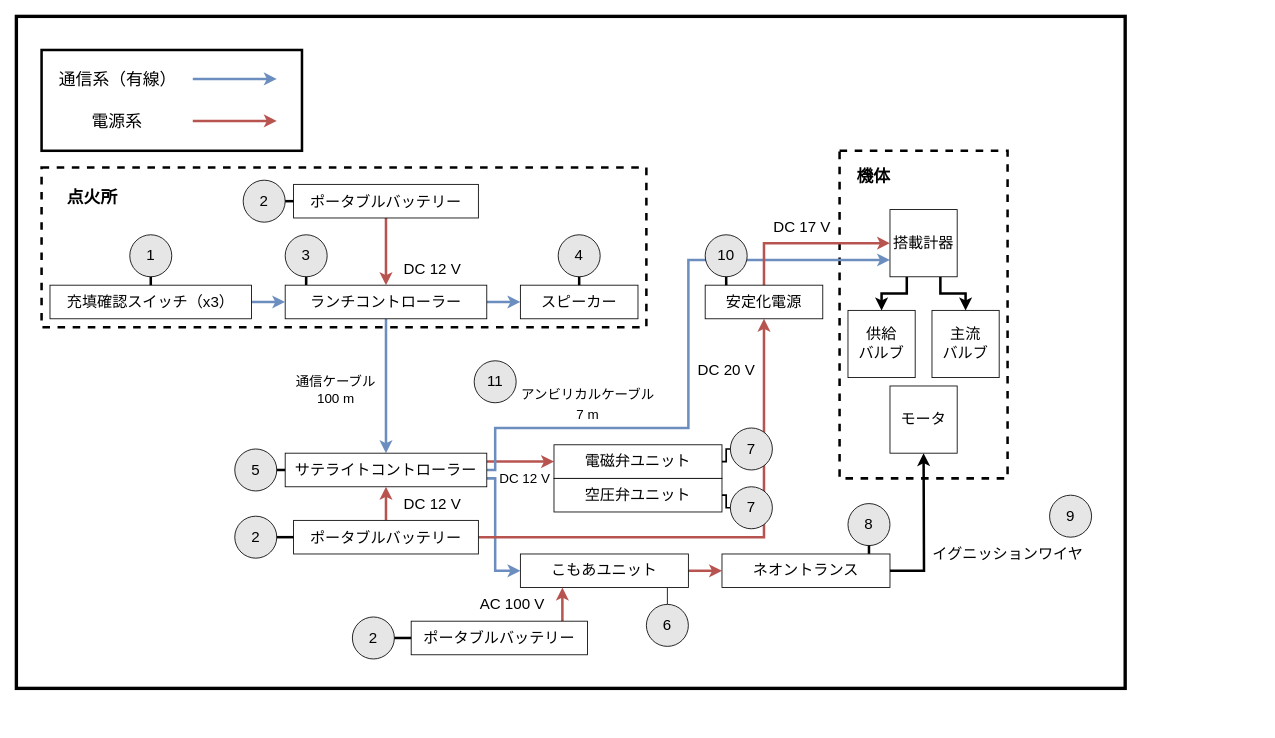
Earlier version of the draw.io diagram Documents/Development/WireingDiagram/WiringSystemDiagram.drawio (tokai-student-rocket-project/Gen6-GSE-Elec). Source tidied: cells renumbered, new cells numbered last; positions are measured from the earlier drawing's top-left corner, leaving out a move shared by most shapes. Both pictures are drawn from the tidied source at 84%, with x=0, y=0 at pixel (16, 16).
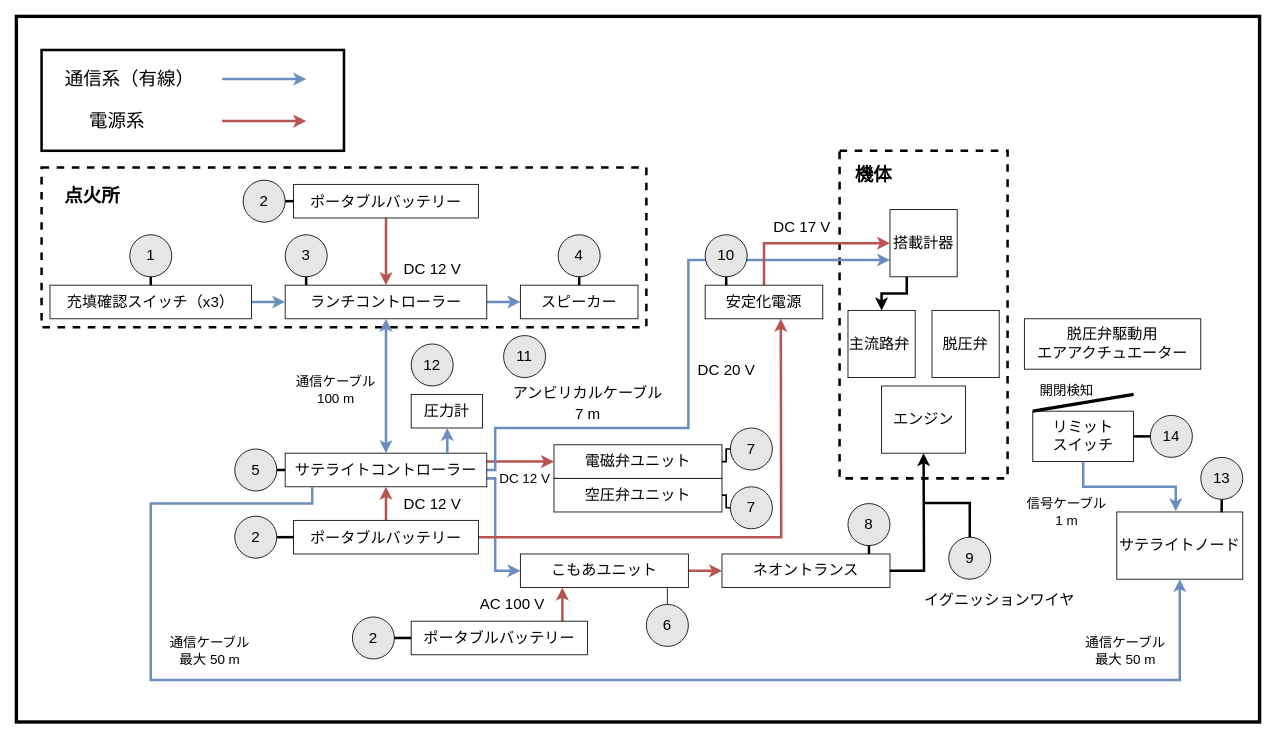
Above is the later version.

Commit message (it also covers changes not shown here):
構成図を追加

Unchanged cells that the change refers to:
```xml
<mxCell id="7" value="&lt;font style=&quot;font-size: 18px;&quot;&gt;ランチコントローラー&lt;/font&gt;" style="rounded=0;whiteSpace=wrap;html=1;" parent="1" vertex="1">
  <mxGeometry x="320" y="320" width="240" height="40" as="geometry" />
</mxCell>
<mxCell id="17" value="&lt;font style=&quot;font-size: 18px;&quot;&gt;サテライトコントローラー&lt;/font&gt;" style="rounded=0;whiteSpace=wrap;html=1;" parent="1" vertex="1">
  <mxGeometry x="320" y="520" width="240" height="40" as="geometry" />
</mxCell>
<mxCell id="20" value="&lt;font style=&quot;font-size: 18px;&quot;&gt;ポータブルバッテリー&lt;/font&gt;" style="rounded=0;whiteSpace=wrap;html=1;fontSize=20;" parent="1" vertex="1">
  <mxGeometry x="330" y="600" width="220" height="40" as="geometry" />
</mxCell>
<mxCell id="46" value="搭載計器" style="rounded=0;whiteSpace=wrap;html=1;fontSize=18;" parent="1" vertex="1">
  <mxGeometry x="1040" y="230" width="80" height="80" as="geometry" />
</mxCell>
<mxCell id="48" value="&lt;font style=&quot;font-size: 18px;&quot;&gt;安定化電源&lt;/font&gt;" style="rounded=0;whiteSpace=wrap;html=1;fontSize=20;" parent="1" vertex="1">
  <mxGeometry x="820" y="320" width="140" height="40" as="geometry" />
</mxCell>
```

The edit, as a diff of the source:
```diff
@@
     <mxCell id="2" style="rounded=0;whiteSpace=wrap;html=1;strokeWidth=4;" parent="1" vertex="1">
-      <mxGeometry width="1320" height="800" as="geometry" />
+      <mxGeometry width="1480" height="840" as="geometry" />
     </mxCell>
@@
-    <mxCell id="6" style="edgeStyle=none;html=1;entryX=0.5;entryY=0;entryDx=0;entryDy=0;strokeColor=#6c8ebf;strokeWidth=3;fontSize=20;endArrow=classic;endFill=1;fillColor=#dae8fc;" parent="1" edge="1" source="7" target="17">
+    <mxCell id="6" style="edgeStyle=none;html=1;entryX=0.5;entryY=0;entryDx=0;entryDy=0;strokeColor=#6c8ebf;strokeWidth=3;fontSize=20;endArrow=classic;endFill=1;fillColor=#dae8fc;startArrow=classic;startFill=1;" parent="1" edge="1" source="7" target="17">
       <mxGeometry relative="1" as="geometry" />
     </mxCell>
@@
-    <mxCell id="19" style="edgeStyle=orthogonalEdgeStyle;rounded=0;html=1;entryX=0.5;entryY=1;entryDx=0;entryDy=0;strokeColor=#b85450;strokeWidth=3;fontSize=18;endArrow=classic;endFill=1;fillColor=#f8cecc;" parent="1" edge="1" source="20" target="48">
-      <mxGeometry relative="1" as="geometry" />
+    <mxCell id="19" style="edgeStyle=orthogonalEdgeStyle;rounded=0;html=1;entryX=0.5;entryY=1;entryDx=0;entryDy=0;strokeColor=#b85450;strokeWidth=3;fontSize=18;endArrow=classic;endFill=1;fillColor=#f8cecc;exitX=1;exitY=0.5;exitDx=0;exitDy=0;" parent="1" edge="1" source="20">
+      <mxGeometry relative="1" as="geometry">
+        <mxPoint x="910" y="360" as="targetPoint" />
+      </mxGeometry>
     </mxCell>
@@
-    <mxCell id="38" value="モータ" style="rounded=0;whiteSpace=wrap;html=1;fontSize=18;" parent="1" vertex="1">
-      <mxGeometry x="1040" y="440" width="80" height="80" as="geometry" />
+    <mxCell id="38" value="エンジン" style="rounded=0;whiteSpace=wrap;html=1;fontSize=18;" parent="1" vertex="1">
+      <mxGeometry x="1030" y="440" width="100" height="80" as="geometry" />
     </mxCell>
     <mxCell id="39" value="イグニッションワイヤ" style="text;html=1;align=center;verticalAlign=middle;strokeColor=none;fillColor=none;fontSize=18;" parent="1" vertex="1">
-      <mxGeometry x="1080" y="620" width="200" height="40" as="geometry" />
+      <mxGeometry x="1070" y="675" width="200" height="40" as="geometry" />
     </mxCell>
@@
     <mxCell id="41" value="9" style="ellipse;whiteSpace=wrap;html=1;fontSize=18;fillColor=#E6E6E6;" parent="1" vertex="1">
-      <mxGeometry x="1230" y="570" width="50" height="50" as="geometry" />
+      <mxGeometry x="1110" y="620" width="50" height="50" as="geometry" />
     </mxCell>
-    <mxCell id="42" value="主流&lt;br&gt;バルブ" style="rounded=0;whiteSpace=wrap;html=1;fontSize=18;" parent="1" vertex="1">
+    <mxCell id="42" value="脱圧弁" style="rounded=0;whiteSpace=wrap;html=1;fontSize=18;" parent="1" vertex="1">
       <mxGeometry x="1090" y="350" width="80" height="80" as="geometry" />
     </mxCell>
-    <mxCell id="43" value="供給&lt;br&gt;バルブ" style="rounded=0;whiteSpace=wrap;html=1;fontSize=18;" parent="1" vertex="1">
+    <mxCell id="43" value="主流路弁&amp;nbsp;" style="rounded=0;whiteSpace=wrap;html=1;fontSize=18;" parent="1" vertex="1">
       <mxGeometry x="990" y="350" width="80" height="80" as="geometry" />
     </mxCell>
-    <mxCell id="44" style="edgeStyle=orthogonalEdgeStyle;rounded=0;html=1;entryX=0.5;entryY=0;entryDx=0;entryDy=0;strokeColor=#000000;strokeWidth=3;fontSize=18;endArrow=classic;endFill=1;exitX=0.75;exitY=1;exitDx=0;exitDy=0;" parent="1" edge="1" source="46" target="42">
-      <mxGeometry relative="1" as="geometry" />
-    </mxCell>
@@
     <mxCell id="52" style="rounded=0;whiteSpace=wrap;html=1;fontSize=18;fillColor=none;strokeWidth=3;" parent="1" vertex="1">
-      <mxGeometry x="30" y="40" width="310" height="120" as="geometry" />
+      <mxGeometry x="30" y="40" width="360" height="120" as="geometry" />
     </mxCell>
-    <mxCell id="53" value="&lt;font style=&quot;font-size: 20px;&quot;&gt;通信系（有線）&lt;/font&gt;" style="text;html=1;strokeColor=none;fillColor=none;align=center;verticalAlign=middle;whiteSpace=wrap;rounded=0;dashed=1;strokeWidth=3;fontSize=18;" parent="1" vertex="1">
-      <mxGeometry x="50" y="60" width="140" height="30" as="geometry" />
+    <mxCell id="53" value="&lt;font style=&quot;font-size: 22px;&quot;&gt;通信系（有線）&lt;/font&gt;" style="text;html=1;strokeColor=none;fillColor=none;align=center;verticalAlign=middle;whiteSpace=wrap;rounded=0;dashed=1;strokeWidth=3;fontSize=18;" parent="1" vertex="1">
+      <mxGeometry x="50" y="60" width="170" height="30" as="geometry" />
     </mxCell>
-    <mxCell id="54" value="&lt;font style=&quot;font-size: 20px;&quot;&gt;電源系&lt;/font&gt;" style="text;html=1;strokeColor=none;fillColor=none;align=center;verticalAlign=middle;whiteSpace=wrap;rounded=0;dashed=1;strokeWidth=3;fontSize=18;" parent="1" vertex="1">
+    <mxCell id="54" value="&lt;font style=&quot;font-size: 22px;&quot;&gt;電源系&lt;/font&gt;" style="text;html=1;strokeColor=none;fillColor=none;align=center;verticalAlign=middle;whiteSpace=wrap;rounded=0;dashed=1;strokeWidth=3;fontSize=18;" parent="1" vertex="1">
       <mxGeometry x="85" y="110" width="70" height="30" as="geometry" />
     </mxCell>
     <mxCell id="55" style="endArrow=classic;html=1;rounded=0;strokeColor=#6c8ebf;strokeWidth=3;fontSize=18;fillColor=#dae8fc;" parent="1" edge="1">
       <mxGeometry relative="1" as="geometry">
-        <mxPoint x="210" y="74.5" as="sourcePoint" />
-        <mxPoint x="310" y="74.5" as="targetPoint" />
+        <mxPoint x="245" y="74.6" as="sourcePoint" />
+        <mxPoint x="345" y="74.6" as="targetPoint" />
       </mxGeometry>
     </mxCell>
     <mxCell id="56" style="endArrow=classic;html=1;rounded=0;strokeColor=#b85450;strokeWidth=3;fontSize=18;fillColor=#f8cecc;" parent="1" edge="1">
       <mxGeometry relative="1" as="geometry">
-        <mxPoint x="210" y="124.5" as="sourcePoint" />
-        <mxPoint x="310" y="124.5" as="targetPoint" />
+        <mxPoint x="245" y="124.6" as="sourcePoint" />
+        <mxPoint x="345" y="124.6" as="targetPoint" />
       </mxGeometry>
     </mxCell>
@@
-    <mxCell id="68" value="&lt;font style=&quot;font-size: 16px;&quot;&gt;アンビリカルケーブル&lt;br&gt;7 m&lt;br&gt;&lt;/font&gt;" style="text;html=1;align=center;verticalAlign=middle;strokeColor=none;fillColor=none;fontSize=20;" parent="1" vertex="1">
-      <mxGeometry x="590" y="430" width="180" height="60" as="geometry" />
+    <mxCell id="68" value="&lt;font style=&quot;&quot;&gt;&lt;font style=&quot;font-size: 18px;&quot;&gt;アンビリカルケーブル&lt;br&gt;7 m&lt;/font&gt;&lt;br&gt;&lt;/font&gt;" style="text;html=1;align=center;verticalAlign=middle;strokeColor=none;fillColor=none;fontSize=20;" parent="1" vertex="1">
+      <mxGeometry x="580" y="430" width="200" height="60" as="geometry" />
     </mxCell>
     <mxCell id="69" value="11" style="ellipse;whiteSpace=wrap;html=1;fontSize=18;fillColor=#E6E6E6;" parent="1" vertex="1">
-      <mxGeometry x="545" y="410" width="50" height="50" as="geometry" />
+      <mxGeometry x="580" y="380" width="50" height="50" as="geometry" />
     </mxCell>
@@
-    <mxCell id="74" value="&lt;font style=&quot;font-size: 20px;&quot;&gt;&lt;b&gt;点火所&lt;/b&gt;&lt;/font&gt;" style="text;html=1;align=center;verticalAlign=middle;strokeColor=none;fillColor=none;fontSize=16;" parent="1" vertex="1">
-      <mxGeometry x="50" y="195" width="80" height="40" as="geometry" />
+    <mxCell id="74" value="&lt;font style=&quot;font-size: 22px;&quot;&gt;&lt;b style=&quot;&quot;&gt;点火所&lt;/b&gt;&lt;/font&gt;" style="text;html=1;align=center;verticalAlign=middle;strokeColor=none;fillColor=none;fontSize=16;" parent="1" vertex="1">
+      <mxGeometry x="45" y="195" width="90" height="40" as="geometry" />
     </mxCell>
-    <mxCell id="75" value="&lt;b&gt;機体&lt;/b&gt;" style="text;html=1;align=center;verticalAlign=middle;strokeColor=none;fillColor=none;fontSize=20;" parent="1" vertex="1">
-      <mxGeometry x="990" y="170" width="60" height="40" as="geometry" />
+    <mxCell id="75" value="&lt;b&gt;&lt;font style=&quot;font-size: 22px;&quot;&gt;機体&lt;/font&gt;&lt;/b&gt;" style="text;html=1;align=center;verticalAlign=middle;strokeColor=none;fillColor=none;fontSize=20;" parent="1" vertex="1">
+      <mxGeometry x="985" y="170" width="70" height="40" as="geometry" />
     </mxCell>
@@
+    <mxCell id="78" value="&lt;font style=&quot;font-size: 18px;&quot;&gt;サテライトノード&lt;/font&gt;" style="rounded=0;whiteSpace=wrap;html=1;" parent="1" vertex="1">
+      <mxGeometry x="1310" y="590" width="150" height="80" as="geometry" />
+    </mxCell>
+    <mxCell id="79" style="edgeStyle=orthogonalEdgeStyle;html=1;strokeColor=#6c8ebf;strokeWidth=3;fontSize=20;endArrow=classic;endFill=1;fillColor=#dae8fc;exitX=0.134;exitY=1;exitDx=0;exitDy=0;exitPerimeter=0;rounded=0;curved=0;entryX=0.5;entryY=1;entryDx=0;entryDy=0;" parent="1" edge="1" source="17" target="78">
+      <mxGeometry relative="1" as="geometry">
+        <Array as="points">
+          <mxPoint x="352" y="580" />
+          <mxPoint x="160" y="580" />
+          <mxPoint x="160" y="790" />
+          <mxPoint x="1385" y="790" />
+        </Array>
+      </mxGeometry>
+    </mxCell>
+    <mxCell id="80" value="脱圧弁駆動用&lt;div&gt;エアアクチュエーター&lt;/div&gt;" style="rounded=0;whiteSpace=wrap;html=1;fontSize=18;" parent="1" vertex="1">
+      <mxGeometry x="1200" y="360" width="210" height="60" as="geometry" />
+    </mxCell>
+    <mxCell id="81" value="&lt;font style=&quot;font-size: 18px;&quot;&gt;リミット&lt;/font&gt;&lt;div&gt;&lt;font style=&quot;font-size: 18px;&quot;&gt;スイッチ&lt;/font&gt;&lt;/div&gt;" style="rounded=0;whiteSpace=wrap;html=1;" parent="1" vertex="1">
+      <mxGeometry x="1210" y="470" width="120" height="60" as="geometry" />
+    </mxCell>
+    <mxCell id="82" style="endArrow=none;html=1;edgeStyle=orthogonalEdgeStyle;rounded=0;curved=0;entryX=0.5;entryY=1;entryDx=0;entryDy=0;exitX=0.468;exitY=-0.01;exitDx=0;exitDy=0;exitPerimeter=0;strokeWidth=3;fillColor=#dae8fc;strokeColor=#6c8ebf;startArrow=classic;startFill=1;" parent="1" edge="1" source="78" target="81">
+      <mxGeometry relative="1" as="geometry" />
+    </mxCell>
+    <mxCell id="83" style="edgeStyle=none;html=1;startArrow=none;startFill=0;strokeWidth=3;endArrow=none;endFill=0;" parent="1" edge="1" source="84" target="81">
+      <mxGeometry relative="1" as="geometry" />
+    </mxCell>
+    <mxCell id="84" value="14" style="ellipse;whiteSpace=wrap;html=1;fontSize=18;fillColor=#E6E6E6;" parent="1" vertex="1">
+      <mxGeometry x="1350" y="475" width="50" height="50" as="geometry" />
+    </mxCell>
+    <mxCell id="85" value="通信ケーブル&lt;br&gt;最大 50 m" style="text;html=1;align=center;verticalAlign=middle;strokeColor=none;fillColor=none;fontSize=16;" parent="1" vertex="1">
+      <mxGeometry x="170" y="730" width="120" height="50" as="geometry" />
+    </mxCell>
+    <mxCell id="86" value="&lt;span style=&quot;font-size: 18px;&quot;&gt;圧力計&lt;/span&gt;" style="rounded=0;whiteSpace=wrap;html=1;" parent="1" vertex="1">
+      <mxGeometry x="470" y="450" width="85" height="40" as="geometry" />
+    </mxCell>
+    <mxCell id="87" style="edgeStyle=none;html=1;strokeWidth=3;fontSize=20;endArrow=classic;endFill=1;fillColor=#dae8fc;strokeColor=#6c8ebf;" parent="1" edge="1">
+      <mxGeometry relative="1" as="geometry">
+        <mxPoint x="513" y="520" as="sourcePoint" />
+        <mxPoint x="513" y="490" as="targetPoint" />
+      </mxGeometry>
+    </mxCell>
+    <mxCell id="88" value="12" style="ellipse;whiteSpace=wrap;html=1;fontSize=18;fillColor=#E6E6E6;" parent="1" vertex="1">
+      <mxGeometry x="470" y="390" width="50" height="50" as="geometry" />
+    </mxCell>
+    <mxCell id="89" style="edgeStyle=none;html=1;entryX=0.832;entryY=0.004;entryDx=0;entryDy=0;entryPerimeter=0;strokeWidth=3;endArrow=none;endFill=0;" parent="1" edge="1" source="90" target="78">
+      <mxGeometry relative="1" as="geometry" />
+    </mxCell>
+    <mxCell id="90" value="13" style="ellipse;whiteSpace=wrap;html=1;fontSize=18;fillColor=#E6E6E6;" parent="1" vertex="1">
+      <mxGeometry x="1410" y="525" width="50" height="50" as="geometry" />
+    </mxCell>
+    <mxCell id="91" style="endArrow=none;html=1;rounded=0;strokeColor=#000000;strokeWidth=3;fontSize=20;edgeStyle=orthogonalEdgeStyle;exitX=0.5;exitY=0;exitDx=0;exitDy=0;" parent="1" edge="1" source="41">
+      <mxGeometry relative="1" as="geometry">
+        <mxPoint x="1080" y="579.3" as="targetPoint" />
+        <Array as="points">
+          <mxPoint x="1135" y="579" />
+        </Array>
+      </mxGeometry>
+    </mxCell>
+    <mxCell id="92" value="信号ケーブル&lt;div&gt;1 m&lt;/div&gt;" style="text;html=1;align=center;verticalAlign=middle;strokeColor=none;fillColor=none;fontSize=16;" parent="1" vertex="1">
+      <mxGeometry x="1190" y="565" width="120" height="50" as="geometry" />
+    </mxCell>
+    <mxCell id="93" value="通信ケーブル&lt;br&gt;最大 50 m" style="text;html=1;align=center;verticalAlign=middle;strokeColor=none;fillColor=none;fontSize=16;" parent="1" vertex="1">
+      <mxGeometry x="1260" y="730" width="120" height="50" as="geometry" />
+    </mxCell>
+    <mxCell id="94" value="&lt;font style=&quot;font-size: 16px;&quot;&gt;開閉検知&lt;/font&gt;" style="text;html=1;align=center;verticalAlign=middle;" parent="1" vertex="1">
+      <mxGeometry x="1205" y="430" width="90" height="30" as="geometry" />
+    </mxCell>
+    <mxCell id="95" style="endArrow=none;html=1;exitX=0;exitY=0;exitDx=0;exitDy=0;strokeWidth=4;rounded=0;curved=0;" parent="1" edge="1" source="81">
+      <mxGeometry relative="1" as="geometry">
+        <mxPoint x="1330" y="450" as="targetPoint" />
+      </mxGeometry>
+    </mxCell>
```
